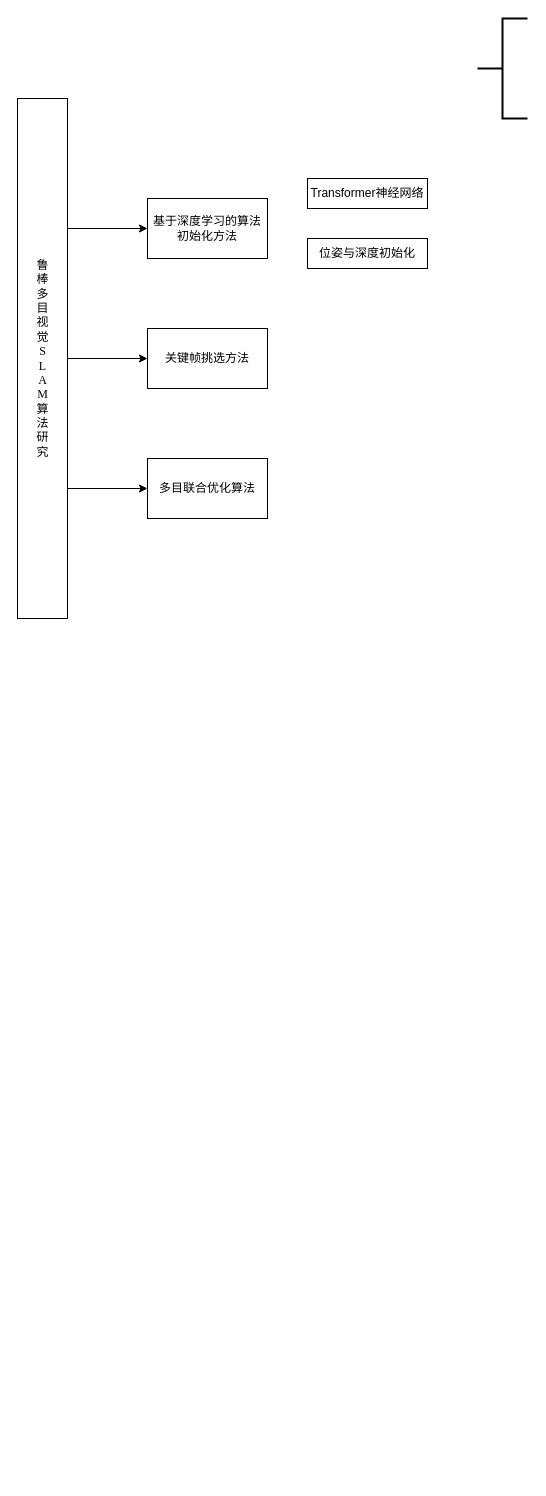
This is page "第 1 页" (1 of 2) of 开题报告.drawio from 77Torpedo77/study, a draw.io file, before an edit. Source tidied: cells renumbered, new cells numbered last; positions are measured from the earlier drawing's top-left corner, leaving out a move shared by most shapes. Both pictures are drawn from the tidied source at 100%, with x=0, y=0 at pixel (17, 18).
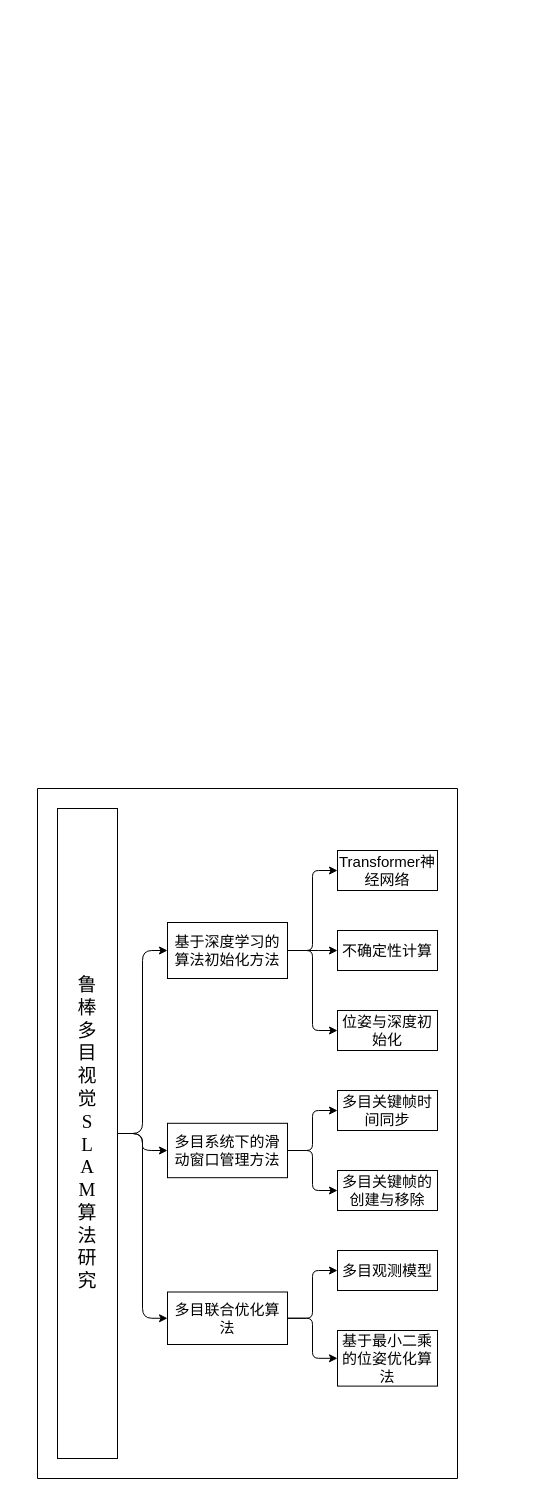
After the change.

Commit message:
更新开题报告.drawio

Diff of the diagram source:
```diff
@@
+    <mxCell id="12" style="swimlane;startSize=0;horizontal=0;horizontalTree=1;sortEdges=1;containerType=tree;fontSize=12;flipH=0;flipV=0;fontFamily=Times New Roman;align=center;" parent="1" vertex="1">
+      <mxGeometry x="20" y="770" width="420" height="690" as="geometry" />
+    </mxCell>
-    <mxCell id="2" value="鲁&lt;div&gt;棒&lt;/div&gt;&lt;div&gt;多&lt;/div&gt;&lt;div&gt;目&lt;/div&gt;&lt;div&gt;视&lt;/div&gt;&lt;div&gt;觉&lt;/div&gt;&lt;div&gt;S&lt;/div&gt;&lt;div&gt;L&lt;/div&gt;&lt;div&gt;A&lt;/div&gt;&lt;div&gt;M&lt;/div&gt;&lt;div&gt;算&lt;/div&gt;&lt;div&gt;法&lt;/div&gt;&lt;div&gt;研&lt;/div&gt;&lt;div&gt;究&lt;/div&gt;" style="rounded=0;html=1;align=center;horizontal=1;fontFamily=Times New Roman;verticalAlign=middle;" parent="1" vertex="1">
-      <mxGeometry y="80" width="50" height="520" as="geometry" />
+    <mxCell id="2" value="&lt;span style=&quot;font-family: &amp;quot;Times New Roman&amp;quot;; text-wrap-mode: nowrap;&quot;&gt;&lt;font style=&quot;font-size: 19px;&quot;&gt;鲁&lt;/font&gt;&lt;/span&gt;&lt;div style=&quot;font-family: &amp;quot;Times New Roman&amp;quot;; text-wrap-mode: nowrap;&quot;&gt;&lt;font style=&quot;font-size: 19px;&quot;&gt;棒&lt;/font&gt;&lt;/div&gt;&lt;div style=&quot;font-family: &amp;quot;Times New Roman&amp;quot;; text-wrap-mode: nowrap;&quot;&gt;&lt;font style=&quot;font-size: 19px;&quot;&gt;多&lt;/font&gt;&lt;/div&gt;&lt;div style=&quot;font-family: &amp;quot;Times New Roman&amp;quot;; text-wrap-mode: nowrap;&quot;&gt;&lt;font style=&quot;font-size: 19px;&quot;&gt;目&lt;/font&gt;&lt;/div&gt;&lt;div style=&quot;font-family: &amp;quot;Times New Roman&amp;quot;; text-wrap-mode: nowrap;&quot;&gt;&lt;font style=&quot;font-size: 19px;&quot;&gt;视&lt;/font&gt;&lt;/div&gt;&lt;div style=&quot;font-family: &amp;quot;Times New Roman&amp;quot;; text-wrap-mode: nowrap;&quot;&gt;&lt;font style=&quot;font-size: 19px;&quot;&gt;觉&lt;/font&gt;&lt;/div&gt;&lt;div style=&quot;font-family: &amp;quot;Times New Roman&amp;quot;; text-wrap-mode: nowrap;&quot;&gt;&lt;font style=&quot;font-size: 19px;&quot;&gt;S&lt;/font&gt;&lt;/div&gt;&lt;div style=&quot;font-family: &amp;quot;Times New Roman&amp;quot;; text-wrap-mode: nowrap;&quot;&gt;&lt;font style=&quot;font-size: 19px;&quot;&gt;L&lt;/font&gt;&lt;/div&gt;&lt;div style=&quot;font-family: &amp;quot;Times New Roman&amp;quot;; text-wrap-mode: nowrap;&quot;&gt;&lt;font style=&quot;font-size: 19px;&quot;&gt;A&lt;/font&gt;&lt;/div&gt;&lt;div style=&quot;font-family: &amp;quot;Times New Roman&amp;quot;; text-wrap-mode: nowrap;&quot;&gt;&lt;font style=&quot;font-size: 19px;&quot;&gt;M&lt;/font&gt;&lt;/div&gt;&lt;div style=&quot;font-family: &amp;quot;Times New Roman&amp;quot;; text-wrap-mode: nowrap;&quot;&gt;&lt;font style=&quot;font-size: 19px;&quot;&gt;算&lt;/font&gt;&lt;/div&gt;&lt;div style=&quot;font-family: &amp;quot;Times New Roman&amp;quot;; text-wrap-mode: nowrap;&quot;&gt;&lt;font style=&quot;font-size: 19px;&quot;&gt;法&lt;/font&gt;&lt;/div&gt;&lt;div style=&quot;font-family: &amp;quot;Times New Roman&amp;quot;; text-wrap-mode: nowrap;&quot;&gt;&lt;font style=&quot;font-size: 19px;&quot;&gt;研&lt;/font&gt;&lt;/div&gt;&lt;div style=&quot;font-family: &amp;quot;Times New Roman&amp;quot;; text-wrap-mode: nowrap;&quot;&gt;&lt;font style=&quot;font-size: 19px;&quot;&gt;究&lt;/font&gt;&lt;/div&gt;" style="whiteSpace=wrap;html=1;" parent="12" vertex="1">
+      <mxGeometry x="20" y="20" width="60" height="650" as="geometry" />
     </mxCell>
+    <mxCell id="4" value="基于深度学习的算法初始化方法" style="whiteSpace=wrap;html=1;fontSize=15;arcSize=12;" parent="12" vertex="1">
+      <mxGeometry x="130" y="134" width="120" height="56" as="geometry" />
+    </mxCell>
-    <mxCell id="3" style="edgeStyle=orthogonalEdgeStyle;rounded=0;jettySize=auto;html=1;exitX=1;exitY=0.25;exitDx=0;exitDy=0;" parent="1" edge="1" source="2" target="4">
+    <mxCell id="3" style="edgeStyle=elbowEdgeStyle;elbow=horizontal;html=1;rounded=1;curved=0;sourcePerimeterSpacing=0;targetPerimeterSpacing=0;startSize=6;endSize=6;" parent="12" edge="1" source="2" target="4">
       <mxGeometry relative="1" as="geometry" />
     </mxCell>
-    <mxCell id="4" value="基于深度学习的算法初始化方法" style="rounded=0;whiteSpace=wrap;html=1;" parent="1" vertex="1">
-      <mxGeometry x="130" y="180" width="120" height="60" as="geometry" />
-    </mxCell>
-    <mxCell id="5" style="edgeStyle=orthogonalEdgeStyle;rounded=0;jettySize=auto;html=1;exitX=1;exitY=0.5;exitDx=0;exitDy=0;" parent="1" edge="1" source="2" target="6">
-      <mxGeometry relative="1" as="geometry" />
-    </mxCell>
-    <mxCell id="6" value="关键帧挑选方法" style="rounded=0;whiteSpace=wrap;html=1;" parent="1" vertex="1">
-      <mxGeometry x="130" y="310" width="120" height="60" as="geometry" />
-    </mxCell>
+    <mxCell id="13" value="多目系统下的滑动窗口管理方法" style="whiteSpace=wrap;html=1;fontSize=15;arcSize=12;" parent="12" vertex="1">
+      <mxGeometry x="130" y="334.8" width="120" height="54.4" as="geometry" />
+    </mxCell>
+    <mxCell id="14" style="edgeStyle=elbowEdgeStyle;elbow=horizontal;html=1;rounded=1;curved=0;sourcePerimeterSpacing=0;targetPerimeterSpacing=0;startSize=6;endSize=6;" parent="12" edge="1" source="2" target="13">
+      <mxGeometry relative="1" as="geometry" />
+    </mxCell>
-    <mxCell id="7" style="edgeStyle=orthogonalEdgeStyle;rounded=0;jettySize=auto;html=1;exitX=1;exitY=0.75;exitDx=0;exitDy=0;" parent="1" edge="1" source="2" target="8">
+    <mxCell id="7" style="edgeStyle=elbowEdgeStyle;elbow=horizontal;html=1;rounded=1;curved=0;sourcePerimeterSpacing=0;targetPerimeterSpacing=0;startSize=6;endSize=6;" parent="12" edge="1" source="2" target="8">
       <mxGeometry relative="1" as="geometry" />
     </mxCell>
-    <mxCell id="8" value="多目联合优化算法" style="rounded=0;whiteSpace=wrap;html=1;" parent="1" vertex="1">
-      <mxGeometry x="130" y="440" width="120" height="60" as="geometry" />
+    <mxCell id="8" value="多目联合优化算法" style="whiteSpace=wrap;html=1;fontSize=15;arcSize=12;" parent="12" vertex="1">
+      <mxGeometry x="130" y="503.5" width="120" height="52.5" as="geometry" />
     </mxCell>
+    <mxCell id="15" style="edgeStyle=elbowEdgeStyle;elbow=horizontal;html=1;rounded=1;curved=0;sourcePerimeterSpacing=0;targetPerimeterSpacing=0;startSize=6;endSize=6;fontSize=15;arcSize=12;" parent="12" edge="1" source="8" target="16">
+      <mxGeometry relative="1" as="geometry" />
+    </mxCell>
+    <mxCell id="16" value="多目观测模型" style="whiteSpace=wrap;html=1;fontSize=15;arcSize=12;" parent="12" vertex="1">
+      <mxGeometry x="300" y="462" width="100" height="40" as="geometry" />
+    </mxCell>
+    <mxCell id="17" style="edgeStyle=elbowEdgeStyle;elbow=horizontal;html=1;rounded=1;curved=0;sourcePerimeterSpacing=0;targetPerimeterSpacing=0;startSize=6;endSize=6;fontSize=15;arcSize=12;" parent="12" edge="1" source="8" target="18">
+      <mxGeometry relative="1" as="geometry" />
+    </mxCell>
+    <mxCell id="18" value="基于最小二乘的位姿优化算法" style="whiteSpace=wrap;html=1;fontSize=15;arcSize=12;" parent="12" vertex="1">
+      <mxGeometry x="300" y="542" width="100" height="55.6" as="geometry" />
+    </mxCell>
+    <mxCell id="19" style="edgeStyle=elbowEdgeStyle;elbow=horizontal;html=1;rounded=1;curved=0;sourcePerimeterSpacing=0;targetPerimeterSpacing=0;startSize=6;endSize=6;fontSize=15;arcSize=12;" parent="12" edge="1" source="4" target="9">
+      <mxGeometry relative="1" as="geometry" />
+    </mxCell>
-    <mxCell id="9" value="Transformer神经网络" style="rounded=0;whiteSpace=wrap;html=1;" parent="1" vertex="1">
-      <mxGeometry x="290" y="160" width="120" height="30" as="geometry" />
+    <mxCell id="9" value="Transformer神经网络" style="whiteSpace=wrap;html=1;fontSize=15;arcSize=12;" parent="12" vertex="1">
+      <mxGeometry x="300" y="62" width="100" height="40" as="geometry" />
     </mxCell>
-    <mxCell id="10" style="strokeWidth=2;html=1;shape=mxgraph.flowchart.annotation_2;align=left;labelPosition=right;" parent="1" vertex="1">
-      <mxGeometry x="460" width="50" height="100" as="geometry" />
-    </mxCell>
+    <mxCell id="20" style="edgeStyle=elbowEdgeStyle;elbow=horizontal;html=1;rounded=1;curved=0;sourcePerimeterSpacing=0;targetPerimeterSpacing=0;startSize=6;endSize=6;fontSize=15;arcSize=12;" parent="12" edge="1" source="4" target="21">
+      <mxGeometry relative="1" as="geometry" />
+    </mxCell>
+    <mxCell id="21" value="不确定性计算" style="whiteSpace=wrap;html=1;fontSize=15;arcSize=12;" parent="12" vertex="1">
+      <mxGeometry x="300" y="142" width="100" height="40" as="geometry" />
+    </mxCell>
+    <mxCell id="22" style="edgeStyle=elbowEdgeStyle;elbow=horizontal;html=1;rounded=1;curved=0;sourcePerimeterSpacing=0;targetPerimeterSpacing=0;startSize=6;endSize=6;fontSize=15;arcSize=12;" parent="12" edge="1" source="4" target="11">
+      <mxGeometry relative="1" as="geometry" />
+    </mxCell>
-    <mxCell id="11" value="位姿与深度初始化" style="rounded=0;whiteSpace=wrap;html=1;" parent="1" vertex="1">
-      <mxGeometry x="290" y="220" width="120" height="30" as="geometry" />
+    <mxCell id="11" value="位姿与深度初始化" style="whiteSpace=wrap;html=1;fontSize=15;arcSize=12;" parent="12" vertex="1">
+      <mxGeometry x="300" y="222" width="100" height="40" as="geometry" />
     </mxCell>
+    <mxCell id="23" style="edgeStyle=elbowEdgeStyle;elbow=horizontal;html=1;rounded=1;curved=0;sourcePerimeterSpacing=0;targetPerimeterSpacing=0;startSize=6;endSize=6;fontSize=15;arcSize=12;" parent="12" edge="1" source="13" target="24">
+      <mxGeometry relative="1" as="geometry" />
+    </mxCell>
+    <mxCell id="24" value="多目关键帧时间同步" style="whiteSpace=wrap;html=1;fontSize=15;arcSize=12;" parent="12" vertex="1">
+      <mxGeometry x="300" y="302" width="100" height="40" as="geometry" />
+    </mxCell>
+    <mxCell id="25" style="edgeStyle=elbowEdgeStyle;elbow=horizontal;html=1;rounded=1;curved=0;sourcePerimeterSpacing=0;targetPerimeterSpacing=0;startSize=6;endSize=6;fontSize=15;arcSize=12;" parent="12" edge="1" source="13" target="26">
+      <mxGeometry relative="1" as="geometry" />
+    </mxCell>
+    <mxCell id="26" value="多目关键帧的创建与移除" style="whiteSpace=wrap;html=1;fontSize=15;arcSize=12;" parent="12" vertex="1">
+      <mxGeometry x="300" y="382" width="100" height="40" as="geometry" />
+    </mxCell>
```
